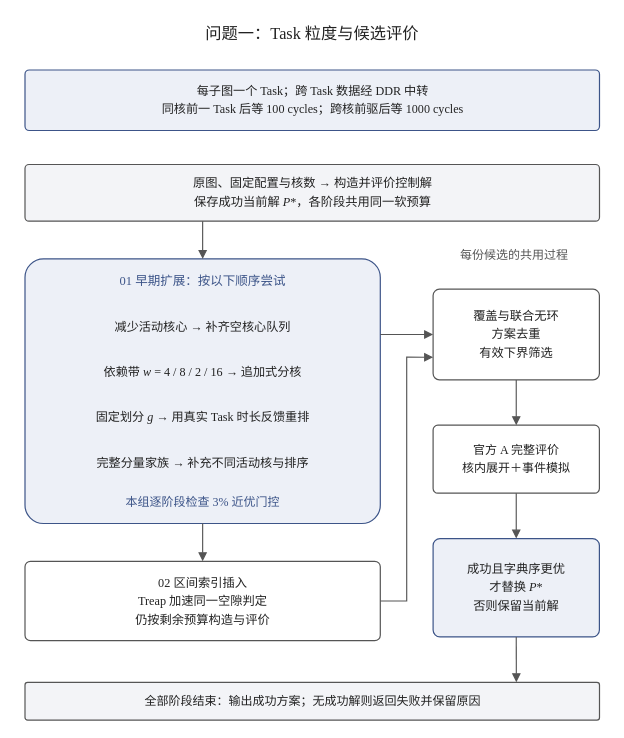
Before: r12_answer_20260925/流程图_优化版_20260926/drawio/01_R12_问题一_候选与评价.drawio in 124-creator/HuaWei, a draw.io diagram. Source tidied: cells renumbered, new cells numbered last; positions are measured from the earlier drawing's top-left corner, leaving out a move shared by most shapes. Both pictures are drawn from the tidied source at 100%, with x=0, y=0 at pixel (17, 17).
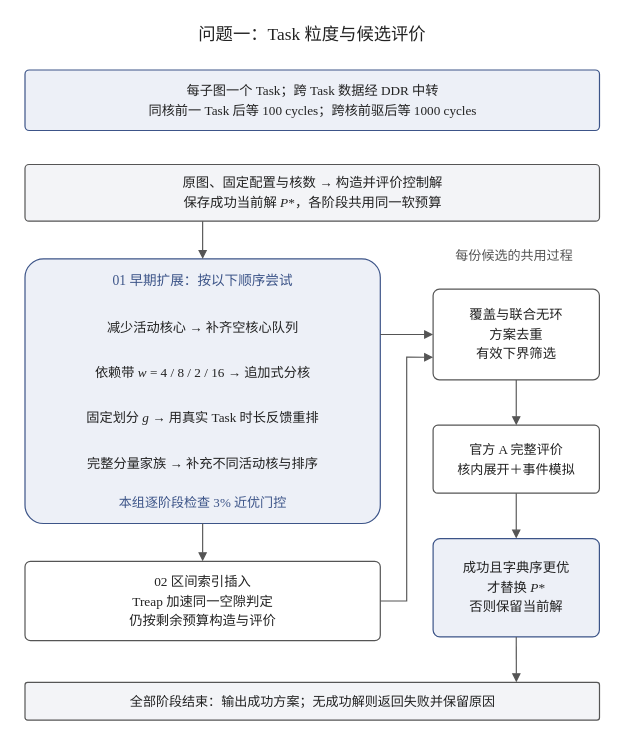
The same diagram, later.

The edit, as a diff of the source:
```diff
@@
-    <mxCell id="2" value="&lt;div style=&quot;font-family:'Liberation Serif','WenQuanYi Zen Hei';line-height:1.48;&quot;&gt;问题一：Task 粒度与候选评价&lt;/div&gt;" style="text;html=1;whiteSpace=wrap;align=center;verticalAlign=middle;fontFamily=WenQuanYi Zen Hei;fontSize=16.266666666666666;fontColor=#222222;fillColor=none;strokeColor=none;strokeWidth=1.2;spacing=5;" parent="1" vertex="1">
+    <mxCell id="2" value="&lt;div style=&quot;font-family:'Liberation Serif','WenQuanYi Zen Hei';line-height:1.48;&quot;&gt;问题一：Task 粒度与候选评价&lt;/div&gt;" style="text;html=1;whiteSpace=wrap;align=center;verticalAlign=middle;fontFamily=WenQuanYi Zen Hei;fontSize=17.333333333333332;fontColor=#222222;fillColor=none;strokeColor=none;strokeWidth=1.2;spacing=5;" parent="1" vertex="1">
       <mxGeometry x="-0.1" y="-0.4" width="589.6" height="34" as="geometry" />
     </mxCell>
-    <mxCell id="3" value="&lt;div style=&quot;font-family:'Liberation Serif','WenQuanYi Zen Hei';line-height:1.48;&quot;&gt;每子图一个 Task；跨 Task 数据经 DDR 中转&lt;br&gt;同核前一 Task 后等 100 cycles；跨核前驱后等 1000 cycles&lt;/div&gt;" style="rounded=1;arcSize=7;html=1;whiteSpace=wrap;align=center;verticalAlign=middle;fontFamily=WenQuanYi Zen Hei;fontSize=12.133333333333333;fontColor=#222222;fillColor=#EDF0F7;strokeColor=#3C5488;strokeWidth=1.2;spacing=5;" parent="1" vertex="1">
+    <mxCell id="3" value="&lt;div style=&quot;font-family:'Liberation Serif','WenQuanYi Zen Hei';line-height:1.48;&quot;&gt;每子图一个 Task；跨 Task 数据经 DDR 中转&lt;br&gt;同核前一 Task 后等 100 cycles；跨核前驱后等 1000 cycles&lt;/div&gt;" style="rounded=1;arcSize=7;html=1;whiteSpace=wrap;align=center;verticalAlign=middle;fontFamily=WenQuanYi Zen Hei;fontSize=13.200000000000001;fontColor=#222222;fillColor=#EDF0F7;strokeColor=#3C5488;strokeWidth=1.2;spacing=5;" parent="1" vertex="1">
       <mxGeometry x="7.5" y="52.5" width="574.5" height="60.5" as="geometry" />
     </mxCell>
-    <mxCell id="4" value="&lt;div style=&quot;font-family:'Liberation Serif','WenQuanYi Zen Hei';line-height:1.48;&quot;&gt;原图、固定配置与核数 → 构造并评价控制解&lt;br&gt;保存成功当前解 &lt;i&gt;P&lt;/i&gt;*，各阶段共用同一软预算&lt;/div&gt;" style="rounded=1;arcSize=7;html=1;whiteSpace=wrap;align=center;verticalAlign=middle;fontFamily=WenQuanYi Zen Hei;fontSize=12.266666666666666;fontColor=#222222;fillColor=#F3F4F7;strokeColor=#555555;strokeWidth=1.2;spacing=5;" parent="1" vertex="1">
+    <mxCell id="4" value="&lt;div style=&quot;font-family:'Liberation Serif','WenQuanYi Zen Hei';line-height:1.48;&quot;&gt;原图、固定配置与核数 → 构造并评价控制解&lt;br&gt;保存成功当前解 &lt;i&gt;P&lt;/i&gt;*，各阶段共用同一软预算&lt;/div&gt;" style="rounded=1;arcSize=7;html=1;whiteSpace=wrap;align=center;verticalAlign=middle;fontFamily=WenQuanYi Zen Hei;fontSize=13.333333333333334;fontColor=#222222;fillColor=#F3F4F7;strokeColor=#555555;strokeWidth=1.2;spacing=5;" parent="1" vertex="1">
       <mxGeometry x="7.5" y="147" width="574.5" height="56.7" as="geometry" />
     </mxCell>
@@
-    <mxCell id="6" value="&lt;div style=&quot;font-family:'Liberation Serif','WenQuanYi Zen Hei';line-height:1.48;&quot;&gt;01  早期扩展：按以下顺序尝试&lt;/div&gt;" style="text;html=1;whiteSpace=wrap;align=center;verticalAlign=middle;fontFamily=WenQuanYi Zen Hei;fontSize=12.533333333333333;fontColor=#3C5488;fillColor=none;strokeColor=none;strokeWidth=1.2;spacing=5;" parent="1" vertex="1">
+    <mxCell id="6" value="&lt;div style=&quot;font-family:'Liberation Serif','WenQuanYi Zen Hei';line-height:1.48;&quot;&gt;01  早期扩展：按以下顺序尝试&lt;/div&gt;" style="text;html=1;whiteSpace=wrap;align=center;verticalAlign=middle;fontFamily=WenQuanYi Zen Hei;fontSize=13.6;fontColor=#3C5488;fillColor=none;strokeColor=none;strokeWidth=1.2;spacing=5;" parent="1" vertex="1">
       <mxGeometry x="18.8" y="249" width="332.6" height="30.2" as="geometry" />
     </mxCell>
-    <mxCell id="7" value="&lt;div style=&quot;font-family:'Liberation Serif','WenQuanYi Zen Hei';line-height:1.48;&quot;&gt;减少活动核心  →  补齐空核心队列&lt;/div&gt;" style="text;html=1;whiteSpace=wrap;align=center;verticalAlign=middle;fontFamily=WenQuanYi Zen Hei;fontSize=12.133333333333333;fontColor=#222222;fillColor=none;strokeColor=none;strokeWidth=1.2;spacing=5;" parent="1" vertex="1">
+    <mxCell id="7" value="&lt;div style=&quot;font-family:'Liberation Serif','WenQuanYi Zen Hei';line-height:1.48;&quot;&gt;减少活动核心  →  补齐空核心队列&lt;/div&gt;" style="text;html=1;whiteSpace=wrap;align=center;verticalAlign=middle;fontFamily=WenQuanYi Zen Hei;fontSize=13.200000000000001;fontColor=#222222;fillColor=none;strokeColor=none;strokeWidth=1.2;spacing=5;" parent="1" vertex="1">
       <mxGeometry x="18.8" y="294.4" width="332.6" height="30.2" as="geometry" />
     </mxCell>
-    <mxCell id="8" value="&lt;div style=&quot;font-family:'Liberation Serif','WenQuanYi Zen Hei';line-height:1.48;&quot;&gt;依赖带  &lt;i&gt;w&lt;/i&gt; = 4 / 8 / 2 / 16  →  追加式分核&lt;/div&gt;" style="text;html=1;whiteSpace=wrap;align=center;verticalAlign=middle;fontFamily=WenQuanYi Zen Hei;fontSize=12.133333333333333;fontColor=#222222;fillColor=none;strokeColor=none;strokeWidth=1.2;spacing=5;" parent="1" vertex="1">
+    <mxCell id="8" value="&lt;div style=&quot;font-family:'Liberation Serif','WenQuanYi Zen Hei';line-height:1.48;&quot;&gt;依赖带  &lt;i&gt;w&lt;/i&gt; = 4 / 8 / 2 / 16  →  追加式分核&lt;/div&gt;" style="text;html=1;whiteSpace=wrap;align=center;verticalAlign=middle;fontFamily=WenQuanYi Zen Hei;fontSize=13.200000000000001;fontColor=#222222;fillColor=none;strokeColor=none;strokeWidth=1.2;spacing=5;" parent="1" vertex="1">
       <mxGeometry x="18.8" y="339.7" width="332.6" height="30.2" as="geometry" />
     </mxCell>
-    <mxCell id="9" value="&lt;div style=&quot;font-family:'Liberation Serif','WenQuanYi Zen Hei';line-height:1.48;&quot;&gt;固定划分 &lt;i&gt;g&lt;/i&gt;  →  用真实 Task 时长反馈重排&lt;/div&gt;" style="text;html=1;whiteSpace=wrap;align=center;verticalAlign=middle;fontFamily=WenQuanYi Zen Hei;fontSize=12.133333333333333;fontColor=#222222;fillColor=none;strokeColor=none;strokeWidth=1.2;spacing=5;" parent="1" vertex="1">
+    <mxCell id="9" value="&lt;div style=&quot;font-family:'Liberation Serif','WenQuanYi Zen Hei';line-height:1.48;&quot;&gt;固定划分 &lt;i&gt;g&lt;/i&gt;  →  用真实 Task 时长反馈重排&lt;/div&gt;" style="text;html=1;whiteSpace=wrap;align=center;verticalAlign=middle;fontFamily=WenQuanYi Zen Hei;fontSize=13.200000000000001;fontColor=#222222;fillColor=none;strokeColor=none;strokeWidth=1.2;spacing=5;" parent="1" vertex="1">
       <mxGeometry x="18.8" y="385.1" width="332.6" height="30.2" as="geometry" />
     </mxCell>
-    <mxCell id="10" value="&lt;div style=&quot;font-family:'Liberation Serif','WenQuanYi Zen Hei';line-height:1.48;&quot;&gt;完整分量家族  →  补充不同活动核与排序&lt;/div&gt;" style="text;html=1;whiteSpace=wrap;align=center;verticalAlign=middle;fontFamily=WenQuanYi Zen Hei;fontSize=12.133333333333333;fontColor=#222222;fillColor=none;strokeColor=none;strokeWidth=1.2;spacing=5;" parent="1" vertex="1">
+    <mxCell id="10" value="&lt;div style=&quot;font-family:'Liberation Serif','WenQuanYi Zen Hei';line-height:1.48;&quot;&gt;完整分量家族  →  补充不同活动核与排序&lt;/div&gt;" style="text;html=1;whiteSpace=wrap;align=center;verticalAlign=middle;fontFamily=WenQuanYi Zen Hei;fontSize=13.200000000000001;fontColor=#222222;fillColor=none;strokeColor=none;strokeWidth=1.2;spacing=5;" parent="1" vertex="1">
       <mxGeometry x="18.8" y="430.4" width="332.6" height="30.2" as="geometry" />
     </mxCell>
-    <mxCell id="11" value="&lt;div style=&quot;font-family:'Liberation Serif','WenQuanYi Zen Hei';line-height:1.48;&quot;&gt;本组逐阶段检查 3% 近优门控&lt;/div&gt;" style="text;html=1;whiteSpace=wrap;align=center;verticalAlign=middle;fontFamily=WenQuanYi Zen Hei;fontSize=12.0;fontColor=#3C5488;fillColor=none;strokeColor=none;strokeWidth=1.2;spacing=5;" parent="1" vertex="1">
+    <mxCell id="11" value="&lt;div style=&quot;font-family:'Liberation Serif','WenQuanYi Zen Hei';line-height:1.48;&quot;&gt;本组逐阶段检查 3% 近优门控&lt;/div&gt;" style="text;html=1;whiteSpace=wrap;align=center;verticalAlign=middle;fontFamily=WenQuanYi Zen Hei;fontSize=13.066666666666668;fontColor=#3C5488;fillColor=none;strokeColor=none;strokeWidth=1.2;spacing=5;" parent="1" vertex="1">
       <mxGeometry x="18.8" y="472" width="332.6" height="26.5" as="geometry" />
     </mxCell>
-    <mxCell id="12" value="&lt;div style=&quot;font-family:'Liberation Serif','WenQuanYi Zen Hei';line-height:1.48;&quot;&gt;02  区间索引插入&lt;br&gt;Treap 加速同一空隙判定&lt;br&gt;仍按剩余预算构造与评价&lt;/div&gt;" style="rounded=1;arcSize=7;html=1;whiteSpace=wrap;align=center;verticalAlign=middle;fontFamily=WenQuanYi Zen Hei;fontSize=12.266666666666666;fontColor=#222222;fillColor=#FFFFFF;strokeColor=#555555;strokeWidth=1.2;spacing=5;" parent="1" vertex="1">
+    <mxCell id="12" value="&lt;div style=&quot;font-family:'Liberation Serif','WenQuanYi Zen Hei';line-height:1.48;&quot;&gt;02  区间索引插入&lt;br&gt;Treap 加速同一空隙判定&lt;br&gt;仍按剩余预算构造与评价&lt;/div&gt;" style="rounded=1;arcSize=7;html=1;whiteSpace=wrap;align=center;verticalAlign=middle;fontFamily=WenQuanYi Zen Hei;fontSize=13.333333333333334;fontColor=#222222;fillColor=#FFFFFF;strokeColor=#555555;strokeWidth=1.2;spacing=5;" parent="1" vertex="1">
       <mxGeometry x="7.5" y="543.8" width="355.3" height="79.4" as="geometry" />
     </mxCell>
-    <mxCell id="13" value="&lt;div style=&quot;font-family:'Liberation Serif','WenQuanYi Zen Hei';line-height:1.48;&quot;&gt;每份候选的共用过程&lt;/div&gt;" style="text;html=1;whiteSpace=wrap;align=center;verticalAlign=middle;fontFamily=WenQuanYi Zen Hei;fontSize=12.0;fontColor=#555555;fillColor=none;strokeColor=none;strokeWidth=1.2;spacing=5;" parent="1" vertex="1">
+    <mxCell id="13" value="&lt;div style=&quot;font-family:'Liberation Serif','WenQuanYi Zen Hei';line-height:1.48;&quot;&gt;每份候选的共用过程&lt;/div&gt;" style="text;html=1;whiteSpace=wrap;align=center;verticalAlign=middle;fontFamily=WenQuanYi Zen Hei;fontSize=13.066666666666668;fontColor=#555555;fillColor=none;strokeColor=none;strokeWidth=1.2;spacing=5;" parent="1" vertex="1">
       <mxGeometry x="411.9" y="222.6" width="170.1" height="30.2" as="geometry" />
     </mxCell>
-    <mxCell id="14" value="&lt;div style=&quot;font-family:'Liberation Serif','WenQuanYi Zen Hei';line-height:1.48;&quot;&gt;覆盖与联合无环&lt;br&gt;方案去重&lt;br&gt;有效下界筛选&lt;/div&gt;" style="rounded=1;arcSize=7;html=1;whiteSpace=wrap;align=center;verticalAlign=middle;fontFamily=WenQuanYi Zen Hei;fontSize=12.266666666666666;fontColor=#222222;fillColor=#FFFFFF;strokeColor=#555555;strokeWidth=1.2;spacing=5;" parent="1" vertex="1">
+    <mxCell id="14" value="&lt;div style=&quot;font-family:'Liberation Serif','WenQuanYi Zen Hei';line-height:1.48;&quot;&gt;覆盖与联合无环&lt;br&gt;方案去重&lt;br&gt;有效下界筛选&lt;/div&gt;" style="rounded=1;arcSize=7;html=1;whiteSpace=wrap;align=center;verticalAlign=middle;fontFamily=WenQuanYi Zen Hei;fontSize=13.333333333333334;fontColor=#222222;fillColor=#FFFFFF;strokeColor=#555555;strokeWidth=1.2;spacing=5;" parent="1" vertex="1">
       <mxGeometry x="415.6" y="271.7" width="166.3" height="90.7" as="geometry" />
     </mxCell>
-    <mxCell id="15" value="&lt;div style=&quot;font-family:'Liberation Serif','WenQuanYi Zen Hei';line-height:1.48;&quot;&gt;官方 A 完整评价&lt;br&gt;核内展开＋事件模拟&lt;/div&gt;" style="rounded=1;arcSize=7;html=1;whiteSpace=wrap;align=center;verticalAlign=middle;fontFamily=WenQuanYi Zen Hei;fontSize=12.0;fontColor=#222222;fillColor=#FFFFFF;strokeColor=#555555;strokeWidth=1.2;spacing=5;" parent="1" vertex="1">
+    <mxCell id="15" value="&lt;div style=&quot;font-family:'Liberation Serif','WenQuanYi Zen Hei';line-height:1.48;&quot;&gt;官方 A 完整评价&lt;br&gt;核内展开＋事件模拟&lt;/div&gt;" style="rounded=1;arcSize=7;html=1;whiteSpace=wrap;align=center;verticalAlign=middle;fontFamily=WenQuanYi Zen Hei;fontSize=13.066666666666668;fontColor=#222222;fillColor=#FFFFFF;strokeColor=#555555;strokeWidth=1.2;spacing=5;" parent="1" vertex="1">
       <mxGeometry x="415.6" y="407.7" width="166.3" height="68" as="geometry" />
     </mxCell>
-    <mxCell id="16" value="&lt;div style=&quot;font-family:'Liberation Serif','WenQuanYi Zen Hei';line-height:1.48;&quot;&gt;成功且字典序更优&lt;br&gt;才替换 &lt;i&gt;P&lt;/i&gt;*&lt;br&gt;否则保留当前解&lt;/div&gt;" style="rounded=1;arcSize=7;html=1;whiteSpace=wrap;align=center;verticalAlign=middle;fontFamily=WenQuanYi Zen Hei;fontSize=12.266666666666666;fontColor=#222222;fillColor=#EDF0F7;strokeColor=#3C5488;strokeWidth=1.2;spacing=5;" parent="1" vertex="1">
+    <mxCell id="16" value="&lt;div style=&quot;font-family:'Liberation Serif','WenQuanYi Zen Hei';line-height:1.48;&quot;&gt;成功且字典序更优&lt;br&gt;才替换 &lt;i&gt;P&lt;/i&gt;*&lt;br&gt;否则保留当前解&lt;/div&gt;" style="rounded=1;arcSize=7;html=1;whiteSpace=wrap;align=center;verticalAlign=middle;fontFamily=WenQuanYi Zen Hei;fontSize=13.333333333333334;fontColor=#222222;fillColor=#EDF0F7;strokeColor=#3C5488;strokeWidth=1.2;spacing=5;" parent="1" vertex="1">
       <mxGeometry x="415.6" y="521.1" width="166.3" height="98.3" as="geometry" />
     </mxCell>
-    <mxCell id="17" value="&lt;div style=&quot;font-family:'Liberation Serif','WenQuanYi Zen Hei';line-height:1.48;&quot;&gt;全部阶段结束：输出成功方案；无成功解则返回失败并保留原因&lt;/div&gt;" style="rounded=1;arcSize=7;html=1;whiteSpace=wrap;align=center;verticalAlign=middle;fontFamily=WenQuanYi Zen Hei;fontSize=12.0;fontColor=#222222;fillColor=#F3F4F7;strokeColor=#555555;strokeWidth=1.2;spacing=5;" parent="1" vertex="1">
+    <mxCell id="17" value="&lt;div style=&quot;font-family:'Liberation Serif','WenQuanYi Zen Hei';line-height:1.48;&quot;&gt;全部阶段结束：输出成功方案；无成功解则返回失败并保留原因&lt;/div&gt;" style="rounded=1;arcSize=7;html=1;whiteSpace=wrap;align=center;verticalAlign=middle;fontFamily=WenQuanYi Zen Hei;fontSize=13.066666666666668;fontColor=#222222;fillColor=#F3F4F7;strokeColor=#555555;strokeWidth=1.2;spacing=5;" parent="1" vertex="1">
       <mxGeometry x="7.5" y="664.8" width="574.5" height="37.8" as="geometry" />
     </mxCell>
```
